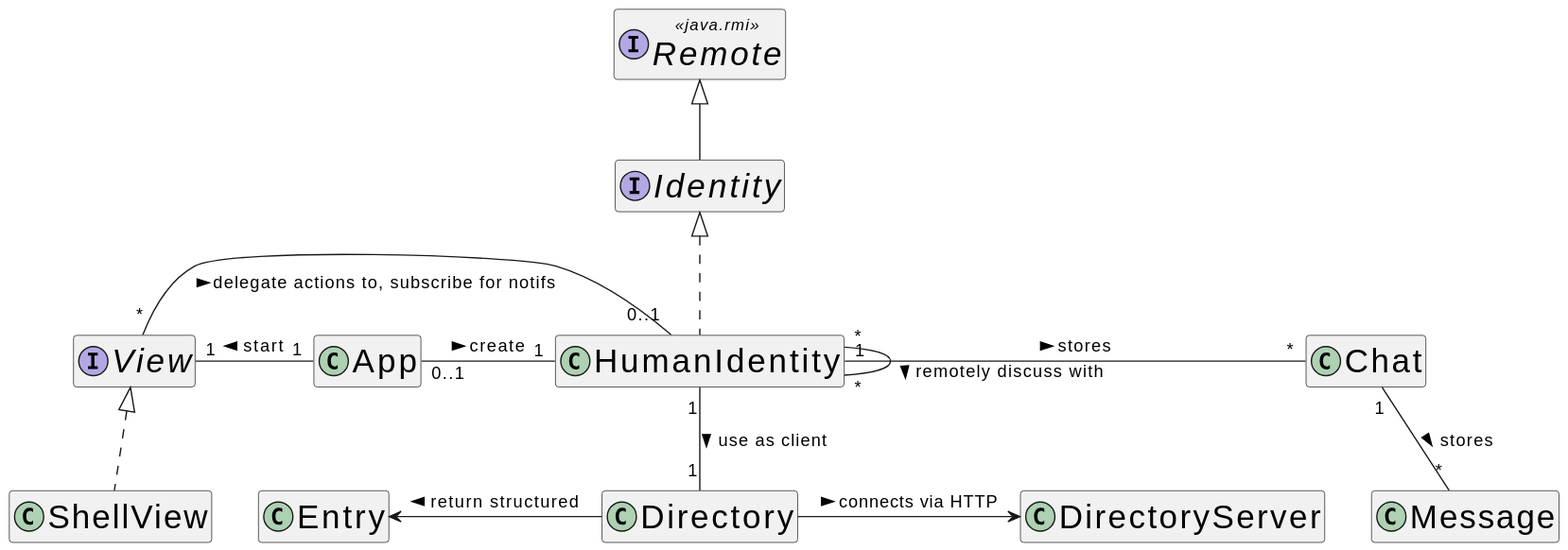
samuelroland/poneytoponey keeps this PlantUML diagram as docs/class.simplified.svg. Above is the earlier version. The source it was exported from:
```plantuml
@startuml

hide empty members
skinparam classAttributeIconSize 0
skinparam classFontSize 25
hide members
hide methods


interface Remote <<java.rmi>>

HumanIdentity "1"-l-"0..1" App: create <
App "1"-l-"1" View: start >

Directory -> DirectoryServer: connects via HTTP >
Directory -l-> Entry: return structured >
Chat "1"--"*" Message: stores >
HumanIdentity "1"-"*" Chat: stores >
HumanIdentity "1"-d-"1" Directory: use as client >
HumanIdentity "*"-l-"*" HumanIdentity: \nremotely discuss with >
HumanIdentity "0..1"-l-"*" View: \ndelegate actions to, subscribe for notifs >



class Chat {
	- uuid: UUID
	- approved: boolean
	- messages: List<Message>
	- otherUsername: String
	+ getUuid(): UUID
	+ getOtherUsername(): String
	+ getApproved(): boolean
	+ setApproved(t: boolean): void
	+ insertNewMessage(text: String, author: String): Message
	+ getMessages(): List<Message>
}


class Directory {
	- host: String
	+ list(): List<Entry>
	+ join(username: String): void
	+ leave(): void
	- readStream(is: InputStream): String
}


class Entry {
	- username: String
	- ip: String
	+ username(): String
	+ ip(): String
}


class ShellView {
	- currentChat: UUID
	- currentChatRecipient: String
	- joinedNetwork: boolean
	- identity: HumanIdentity
	- scanner: Scanner
	- directoryHost: String
	- join(username: String): void
	+ showHelp(): void
	- createSwitchChat(recipient: String): void
	- listChats(): void
	- dumpMessages(): void
	- closeChat(recipient: String): void
	- approveChat(recipient: String): void
	- refuseChat(recipient: String): void
	- sendMessage(text: String): void
	- listParticipants(): void
	- showPrompt(): void
	- waitWithShellPrompt(): void
	- parseCommand(line: String): void
	- exit(): void
	- showMessage(msg: Message): void
	+ start(directoryHost: String): void
	+ showChatRequest(from: String): void
	+ showChatClose(from: String): void
	+ showChatApprobation(from: String): void
	+ showChatRefuse(from: String): void
	+ showChatMessage(msg: Message): void
	- showHistory(): void
}


class DirectoryServer {
	- {static} directory: Map<String,String>
	+ {static} main(args: String[]): void
	- {static} handleList(exchange: HttpExchange): void
	- {static} handleRegister(exchange: HttpExchange): void
	- {static} handleRemove(exchange: HttpExchange): void
	- {static} readBody(is: InputStream): String
	- {static} sendText(exchange: HttpExchange, status: int, text: String): void
}


class App {
	+ {static} PORT: int
	+ {static} main(args: String[]): void
}


class Message {
	- texte: String
	- senderTimestamp: long
	- index: Integer
	- author: String
	+ getTexte(): String
	+ getSenderTimestamp(): long
	+ getIndex(): Integer
	+ getAuthor(): String
}


interface View {
	+ {abstract}start(directoryHost: String): void
	+ {abstract}showChatRequest(from: String): void
	+ {abstract}showChatClose(from: String): void
	+ {abstract}showChatRefuse(from: String): void
	+ {abstract}showChatApprobation(from: String): void
	+ {abstract}showChatMessage(msg: Message): void
}

interface Identity {
	+ {abstract}remoteAskForChat(author: String, chatID: UUID): void
	+ {abstract}remoteApproveBackChat(chatID: UUID): void
	+ {abstract}remoteRefuseChat(chatID: UUID): void
	+ {abstract}remoteSendMessageInChat(chatID: UUID, text: String, sender: long): void
	+ {abstract}remoteCloseChat(chatID: UUID): void
}

class HumanIdentity {
	- username: String
	- chats: Map<UUID,Chat>
	- directory: Directory
	- views: List<View>
	- ourLocalRegistry: Registry
	- IDENTITY_BIND: String
	+ leave(): void
	+ getUsername(): String
	+ listParticipantsUsername(): List<String>
	+ getRemoteIdentityFromUsername(recipient: String): Identity
	+ createChat(recipient: String): Chat
	- getRemoteIdentityFromChat(chatID: UUID): Identity
	+ approveChat(chatID: UUID): void
	+ refuseChat(oldChatID: UUID): void
	+ subscribeViewForChatEvent(view: View): void
	+ sendMessage(chatID: UUID, text: String): void
	+ closeChat(chatID: UUID): void
	+ remoteAskForChat(author: String, chatID: UUID): void
	+ remoteApproveBackChat(chatID: UUID): void
	+ remoteRefuseChat(chatID: UUID): void
	+ remoteSendMessageInChat(chatID: UUID, text: String, senderTimestamp: long): void
	+ remoteCloseChat(chatID: UUID): void
	+ getChats(): Map<UUID,Chat>
	+ addToChats(uuid: UUID, chat: Chat): void
	+ removeTOChats(uuid: UUID): void
	+ findUuidByUsername(recipientUsername: String): UUID
	- {static} resolveRmiHostname(): String
}




View <|.. ShellView
Remote <|-- Identity
Identity <|.. HumanIdentity
@enduml
```
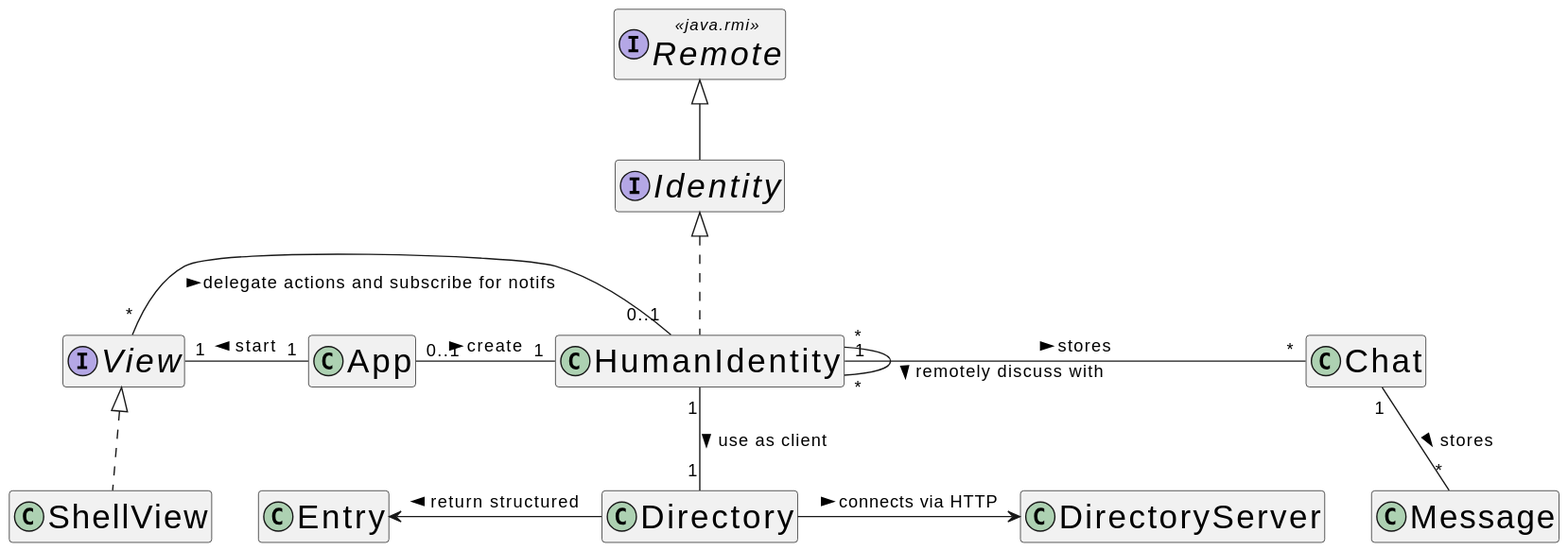
After the commit.

Commit message:
Integrate 2 class diagrams to the report and slides

Diff of the diagram source:
```diff
@@ -18,7 +18,7 @@
 HumanIdentity "1"-"*" Chat: stores >
 HumanIdentity "1"-d-"1" Directory: use as client >
 HumanIdentity "*"-l-"*" HumanIdentity: \nremotely discuss with >
-HumanIdentity "0..1"-l-"*" View: \ndelegate actions to, subscribe for notifs >
+HumanIdentity "0..1"-l-"*" View: \ndelegate actions and subscribe for notifs >
 
 
 
```
